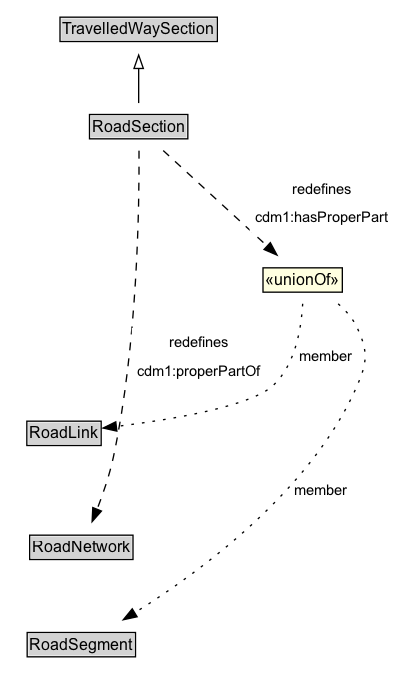
Before: docs/diagrams/RoadSection.dot.png, a diagram exported from Graphviz (ISO-TC204/ontology-cdm-p3-v1). Its source is kept beside it as docs/diagrams/RoadSection.dot.
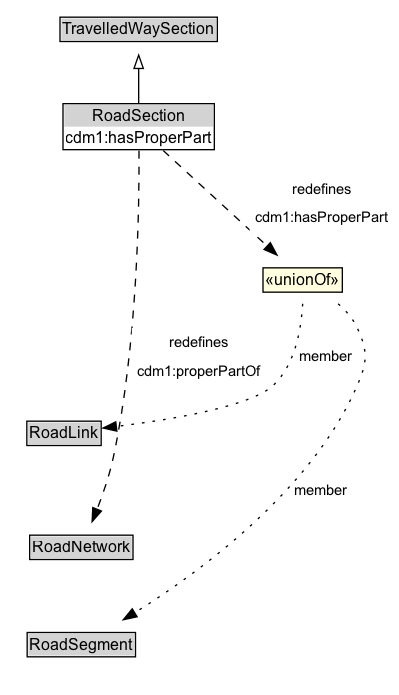
The same file after the commit.

The edit, as a diff of the source:
```diff
@@ -6,7 +6,7 @@
 		rank=source
 		TravelledWaySection [label=<<TABLE BORDER="1" CELLBORDER="0" CELLSPACING="0" CELLPADDING="1"><TR><TD BGCOLOR="lightgray" ALIGN="CENTER">TravelledWaySection</TD></TR></TABLE>> URL="../TravelledWaySection" margin=0]
 	}
-	RoadSection [label=<<TABLE BORDER="1" CELLBORDER="0" CELLSPACING="0" CELLPADDING="1"><TR><TD BGCOLOR="lightgray" ALIGN="CENTER">RoadSection</TD></TR></TABLE>> URL="../RoadSection" margin=0]
+	RoadSection [label=<<TABLE BORDER="1" CELLBORDER="0" CELLSPACING="0" CELLPADDING="1"><TR><TD BGCOLOR="lightgray" ALIGN="CENTER">RoadSection</TD></TR><TR><TD ALIGN="LEFT">cdm1:hasProperPart</TD></TR></TABLE>> URL="../RoadSection" margin=0]
 	{
 		rank=max
 	}
@@ -22,12 +22,12 @@
 	Invis -> RoadLink [style=invis]
 	RoadLink -> RoadNetwork [style=invis]
 	RoadNetwork -> RoadSegment [style=invis]
-	neeae970be7f1404abb59572b2a28fc09b31 [label=<<TABLE BORDER="1" CELLBORDER="0" CELLSPACING="0" CELLPADDING="1" BGCOLOR="lightyellow"><TR><TD ALIGN="CENTER">«unionOf»</TD></TR></TABLE>> margin=0]
+	nf9bf95ca936a48ed91a85f16e3ee047ab31 [label=<<TABLE BORDER="1" CELLBORDER="0" CELLSPACING="0" CELLPADDING="1" BGCOLOR="lightyellow"><TR><TD ALIGN="CENTER">«unionOf»</TD></TR></TABLE>> margin=0]
 	RoadLink [label=<<TABLE BORDER="1" CELLBORDER="0" CELLSPACING="0" CELLPADDING="1"><TR><TD BGCOLOR="lightgray" ALIGN="CENTER">RoadLink</TD></TR></TABLE>> URL="../RoadLink" margin=0]
-	neeae970be7f1404abb59572b2a28fc09b31 -> RoadLink [label=member arrowhead=normal style=dotted]
+	nf9bf95ca936a48ed91a85f16e3ee047ab31 -> RoadLink [label=member arrowhead=normal style=dotted]
 	RoadSegment [label=<<TABLE BORDER="1" CELLBORDER="0" CELLSPACING="0" CELLPADDING="1"><TR><TD BGCOLOR="lightgray" ALIGN="CENTER">RoadSegment</TD></TR></TABLE>> URL="../RoadSegment" margin=0]
-	neeae970be7f1404abb59572b2a28fc09b31 -> RoadSegment [label=member arrowhead=normal style=dotted]
-	RoadSection -> neeae970be7f1404abb59572b2a28fc09b31 [label=<<TABLE BORDER="0" CELLBORDER="0" CELLSPACING="0" CELLPADDING="4" BGCOLOR="white"><TR><TD ALIGN="CENTER">redefines</TD></TR><TR><TD ALIGN="CENTER">cdm1:hasProperPart</TD></TR></TABLE>> arrowhead=normal style=dashed]
+	nf9bf95ca936a48ed91a85f16e3ee047ab31 -> RoadSegment [label=member arrowhead=normal style=dotted]
+	RoadSection -> nf9bf95ca936a48ed91a85f16e3ee047ab31 [label=<<TABLE BORDER="0" CELLBORDER="0" CELLSPACING="0" CELLPADDING="4" BGCOLOR="white"><TR><TD ALIGN="CENTER">redefines</TD></TR><TR><TD ALIGN="CENTER">cdm1:hasProperPart</TD></TR></TABLE>> arrowhead=normal style=dashed]
 	RoadNetwork [label=<<TABLE BORDER="1" CELLBORDER="0" CELLSPACING="0" CELLPADDING="1"><TR><TD BGCOLOR="lightgray" ALIGN="CENTER">RoadNetwork</TD></TR></TABLE>> URL="../RoadNetwork" margin=0]
 	RoadSection -> RoadNetwork [label=<<TABLE BORDER="0" CELLBORDER="0" CELLSPACING="0" CELLPADDING="4" BGCOLOR="white"><TR><TD ALIGN="CENTER">redefines</TD></TR><TR><TD ALIGN="CENTER">cdm1:properPartOf</TD></TR></TABLE>> arrowhead=normal style=dashed]
 }
```
